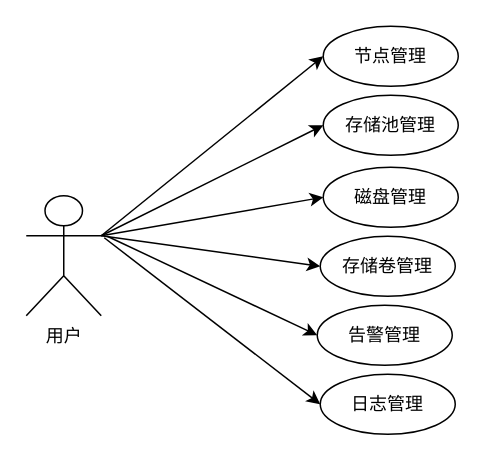
This is 类图.drawio from 182023229/image, a draw.io file, before an edit. Source tidied: cells renumbered, new cells numbered last; positions are measured from the earlier drawing's top-left corner, leaving out a move shared by most shapes. Both pictures are drawn from the tidied source at 150%, with x=0, y=0 at pixel (26, 26).
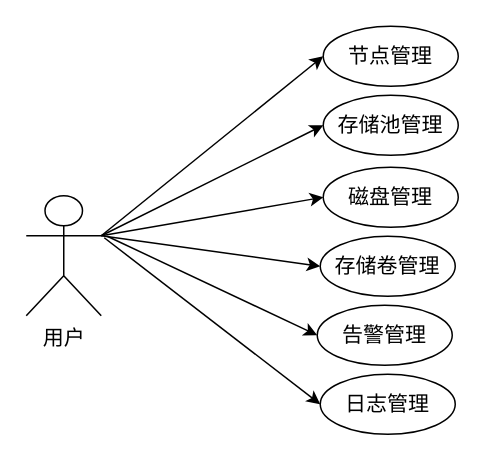
Above is the later version.

Diff of the diagram source:
```diff
@@
 <mxGraphModel>
   <root>
     <mxCell id="0" />
     <mxCell id="1" parent="0" />
     <mxCell id="2" style="rounded=0;jettySize=auto;html=1;exitX=1;exitY=0.3333333333333333;exitDx=0;exitDy=0;exitPerimeter=0;entryX=0;entryY=0.5;entryDx=0;entryDy=0;" parent="1" edge="1" source="8" target="9">
       <mxGeometry relative="1" as="geometry" />
     </mxCell>
     <mxCell id="3" style="rounded=0;jettySize=auto;html=1;exitX=1;exitY=0.3333333333333333;exitDx=0;exitDy=0;exitPerimeter=0;entryX=0;entryY=0.5;entryDx=0;entryDy=0;" parent="1" edge="1" source="8" target="10">
       <mxGeometry relative="1" as="geometry" />
     </mxCell>
     <mxCell id="4" style="rounded=0;jettySize=auto;html=1;entryX=0;entryY=0.5;entryDx=0;entryDy=0;exitX=1;exitY=0.3333333333333333;exitDx=0;exitDy=0;exitPerimeter=0;" parent="1" edge="1" source="8" target="12">
       <mxGeometry relative="1" as="geometry" />
     </mxCell>
     <mxCell id="5" style="rounded=0;jettySize=auto;html=1;entryX=0;entryY=0.5;entryDx=0;entryDy=0;exitX=1;exitY=0.3333333333333333;exitDx=0;exitDy=0;exitPerimeter=0;" parent="1" edge="1" source="8" target="11">
       <mxGeometry relative="1" as="geometry" />
     </mxCell>
     <mxCell id="6" style="rounded=0;jettySize=auto;html=1;entryX=0;entryY=0.5;entryDx=0;entryDy=0;" parent="1" edge="1" target="13">
       <mxGeometry relative="1" as="geometry">
         <mxPoint x="54" y="140" as="sourcePoint" />
       </mxGeometry>
     </mxCell>
     <mxCell id="7" style="rounded=0;jettySize=auto;html=1;entryX=0;entryY=0.5;entryDx=0;entryDy=0;" parent="1" edge="1" target="14">
       <mxGeometry relative="1" as="geometry">
         <mxPoint x="52" y="141" as="sourcePoint" />
       </mxGeometry>
     </mxCell>
-    <mxCell id="8" value="用户" style="shape=umlActor;verticalLabelPosition=bottom;verticalAlign=top;html=1;" parent="1" vertex="1">
+    <mxCell id="8" value="用户" style="shape=umlActor;verticalLabelPosition=bottom;verticalAlign=top;html=1;fontSize=14;" parent="1" vertex="1">
       <mxGeometry y="113" width="50" height="80" as="geometry" />
     </mxCell>
-    <mxCell id="9" value="节点管理" style="ellipse;whiteSpace=wrap;html=1;" parent="1" vertex="1">
+    <mxCell id="9" value="&lt;font style=&quot;font-size: 14px;&quot;&gt;节点管理&lt;/font&gt;" style="ellipse;whiteSpace=wrap;html=1;" parent="1" vertex="1">
       <mxGeometry x="198" width="90" height="40" as="geometry" />
     </mxCell>
-    <mxCell id="10" value="存储池管理" style="ellipse;whiteSpace=wrap;html=1;" parent="1" vertex="1">
+    <mxCell id="10" value="&lt;font style=&quot;font-size: 14px;&quot;&gt;存储池管理&lt;/font&gt;" style="ellipse;whiteSpace=wrap;html=1;" parent="1" vertex="1">
       <mxGeometry x="198" y="46" width="90" height="40" as="geometry" />
     </mxCell>
-    <mxCell id="11" value="存储卷管理" style="ellipse;whiteSpace=wrap;html=1;" parent="1" vertex="1">
+    <mxCell id="11" value="&lt;font style=&quot;font-size: 14px;&quot;&gt;存储卷管理&lt;/font&gt;" style="ellipse;whiteSpace=wrap;html=1;" parent="1" vertex="1">
       <mxGeometry x="196" y="140" width="90" height="40" as="geometry" />
     </mxCell>
-    <mxCell id="12" value="磁盘管理" style="ellipse;whiteSpace=wrap;html=1;" parent="1" vertex="1">
+    <mxCell id="12" value="&lt;font style=&quot;font-size: 14px;&quot;&gt;磁盘管理&lt;/font&gt;" style="ellipse;whiteSpace=wrap;html=1;" parent="1" vertex="1">
       <mxGeometry x="198" y="94" width="90" height="40" as="geometry" />
     </mxCell>
-    <mxCell id="13" value="告警管理" style="ellipse;whiteSpace=wrap;html=1;" parent="1" vertex="1">
+    <mxCell id="13" value="&lt;font style=&quot;font-size: 14px;&quot;&gt;告警管理&lt;/font&gt;" style="ellipse;whiteSpace=wrap;html=1;" parent="1" vertex="1">
       <mxGeometry x="194" y="186" width="90" height="40" as="geometry" />
     </mxCell>
-    <mxCell id="14" value="日志管理" style="ellipse;whiteSpace=wrap;html=1;" parent="1" vertex="1">
+    <mxCell id="14" value="&lt;font style=&quot;font-size: 14px;&quot;&gt;日志管理&lt;/font&gt;" style="ellipse;whiteSpace=wrap;html=1;" parent="1" vertex="1">
       <mxGeometry x="196" y="232" width="90" height="40" as="geometry" />
     </mxCell>
   </root>
 </mxGraphModel>
```
